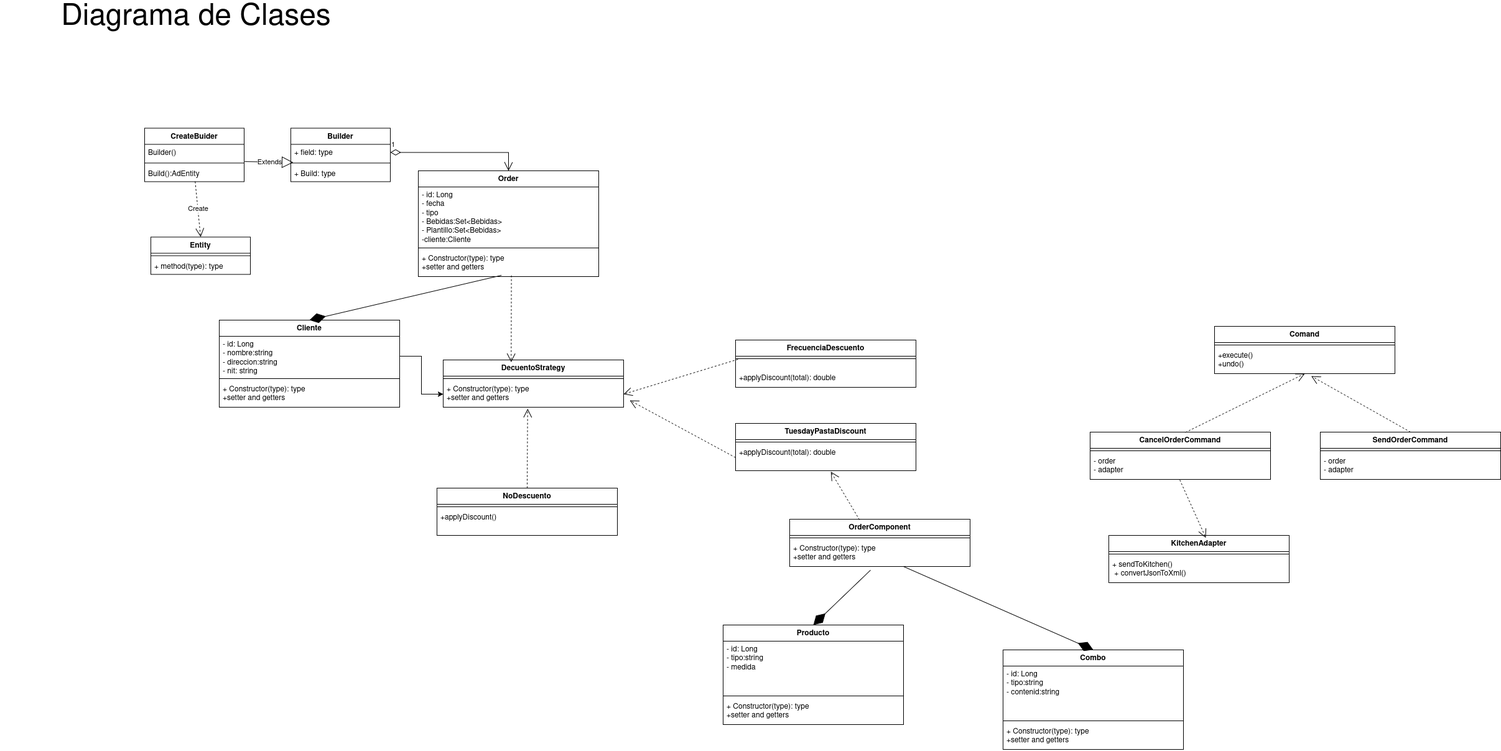
Earlier version of the draw.io export practica-solucion-24-04-2025.drawio.png (Elvis-Aguilar/practica-24-04-2025). Source tidied: cells renumbered, new cells last; positions are measured from the earlier drawing's top-left corner, leaving out a move shared by most shapes.
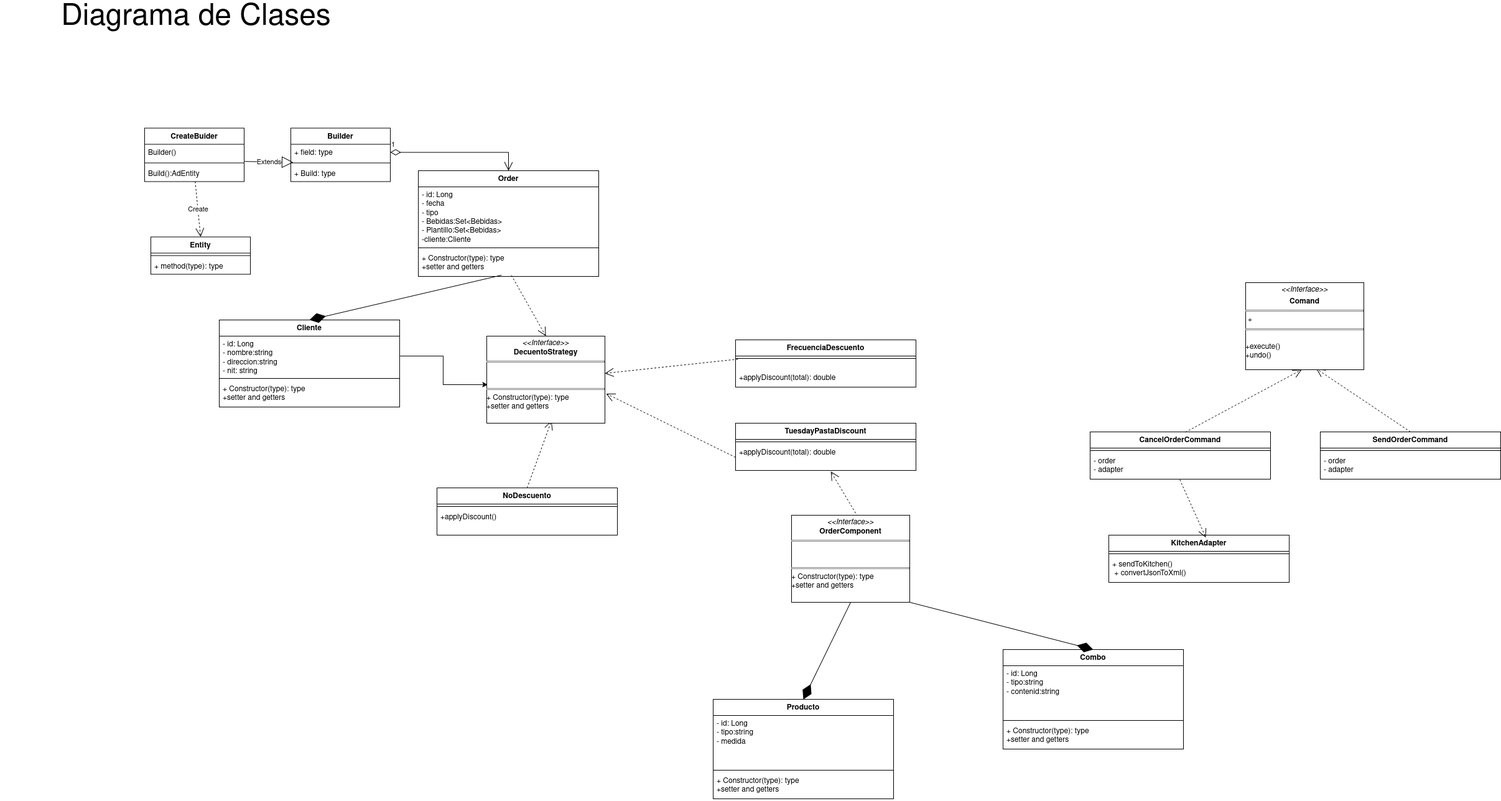
The same diagram one commit later.

Commit message:
add diagrama corregido

The edit, as a diff of the source:
```diff
@@ -72,7 +72,7 @@
       <mxGeometry y="118" width="290" height="42" as="geometry" />
     </mxCell>
     <mxCell id="25" value="Producto" style="swimlane;fontStyle=1;align=center;verticalAlign=top;horizontal=1;startSize=26;whiteSpace=wrap;html=1;" parent="1" vertex="1">
-      <mxGeometry x="1162" y="990" width="290" height="160" as="geometry" />
+      <mxGeometry x="1146" y="1110" width="290" height="160" as="geometry" />
     </mxCell>
     <mxCell id="26" value="&lt;div&gt;- id: Long&lt;/div&gt;&lt;div&gt;- tipo:string&lt;/div&gt;&lt;div&gt;- medida&lt;/div&gt;" style="text;strokeColor=none;fillColor=none;align=left;verticalAlign=top;spacingLeft=4;spacingRight=4;overflow=hidden;whiteSpace=wrap;html=1;" parent="25" vertex="1">
       <mxGeometry y="26" width="290" height="84" as="geometry" />
@@ -98,15 +98,6 @@
     <mxCell id="33" style="endArrow=diamondThin;endFill=1;endSize=24;html=1;rounded=0;exitX=0.461;exitY=0.952;exitDx=0;exitDy=0;entryX=0.5;entryY=0;entryDx=0;entryDy=0;exitPerimeter=0;" parent="1" edge="1" source="19" target="29">
       <mxGeometry relative="1" as="geometry" />
     </mxCell>
-    <mxCell id="34" value="DecuentoStrategy" style="swimlane;fontStyle=1;align=center;verticalAlign=top;horizontal=1;startSize=26;whiteSpace=wrap;html=1;" parent="1" vertex="1">
-      <mxGeometry x="712" y="564" width="290" height="76" as="geometry" />
-    </mxCell>
-    <mxCell id="35" style="line;strokeWidth=1;fillColor=none;align=left;verticalAlign=middle;spacingTop=-1;spacingLeft=3;spacingRight=3;labelPosition=right;strokeColor=inherit;" parent="34" vertex="1">
-      <mxGeometry y="26" width="290" height="8" as="geometry" />
-    </mxCell>
-    <mxCell id="36" value="&lt;div&gt;+ Constructor(type): type&lt;/div&gt;&lt;div&gt;+setter and getters&lt;/div&gt;" style="text;strokeColor=none;fillColor=none;align=left;verticalAlign=top;spacingLeft=4;spacingRight=4;overflow=hidden;points=[[0,0.5],[1,0.5]];portConstraint=eastwest;whiteSpace=wrap;html=1;" parent="34" vertex="1">
-      <mxGeometry y="34" width="290" height="42" as="geometry" />
-    </mxCell>
     <mxCell id="37" value="NoDescuento" style="swimlane;fontStyle=1;align=center;verticalAlign=top;horizontal=1;startSize=26;whiteSpace=wrap;html=1;" parent="1" vertex="1">
       <mxGeometry x="702" y="770" width="290" height="76" as="geometry" />
     </mxCell>
@@ -116,13 +107,13 @@
     <mxCell id="39" value="+applyDiscount()" style="text;strokeColor=none;fillColor=none;align=left;verticalAlign=top;spacingLeft=4;spacingRight=4;overflow=hidden;whiteSpace=wrap;html=1;" parent="37" vertex="1">
       <mxGeometry y="34" width="290" height="42" as="geometry" />
     </mxCell>
-    <mxCell id="40" style="endArrow=open;endSize=12;dashed=1;html=1;rounded=0;exitX=0.516;exitY=0.958;exitDx=0;exitDy=0;exitPerimeter=0;entryX=0.377;entryY=0.049;entryDx=0;entryDy=0;entryPerimeter=0;" parent="1" edge="1" source="19" target="34">
+    <mxCell id="40" style="endArrow=open;endSize=12;dashed=1;html=1;rounded=0;exitX=0.516;exitY=0.958;exitDx=0;exitDy=0;exitPerimeter=0;entryX=0.5;entryY=0;entryDx=0;entryDy=0;" parent="1" edge="1" source="19" target="75">
       <mxGeometry relative="1" as="geometry" />
     </mxCell>
-    <mxCell id="41" style="endArrow=open;endSize=12;dashed=1;html=1;rounded=0;exitX=0.5;exitY=0;exitDx=0;exitDy=0;entryX=0.468;entryY=1.057;entryDx=0;entryDy=0;entryPerimeter=0;" parent="1" edge="1" source="37" target="36">
+    <mxCell id="41" style="endArrow=open;endSize=12;dashed=1;html=1;rounded=0;exitX=0.5;exitY=0;exitDx=0;exitDy=0;entryX=0.548;entryY=0.971;entryDx=0;entryDy=0;entryPerimeter=0;" parent="1" edge="1" source="37" target="75">
       <mxGeometry relative="1" as="geometry" />
     </mxCell>
-    <mxCell id="42" style="edgeStyle=orthogonalEdgeStyle;rounded=0;jettySize=auto;html=1;" parent="1" edge="1" source="30" target="36">
+    <mxCell id="42" style="edgeStyle=orthogonalEdgeStyle;rounded=0;jettySize=auto;html=1;entryX=0.008;entryY=0.558;entryDx=0;entryDy=0;entryPerimeter=0;" parent="1" edge="1" source="30" target="75">
       <mxGeometry relative="1" as="geometry" />
     </mxCell>
     <mxCell id="43" value="FrecuenciaDescuento" style="swimlane;fontStyle=1;align=center;verticalAlign=top;horizontal=1;startSize=26;whiteSpace=wrap;html=1;" parent="1" vertex="1">
@@ -134,7 +125,7 @@
     <mxCell id="45" value="&lt;div&gt;&lt;br&gt;&lt;/div&gt;&lt;div&gt;+applyDiscount(total): double&lt;/div&gt;" style="text;strokeColor=none;fillColor=none;align=left;verticalAlign=top;spacingLeft=4;spacingRight=4;overflow=hidden;points=[[0,0.5],[1,0.5]];portConstraint=eastwest;whiteSpace=wrap;html=1;" parent="43" vertex="1">
       <mxGeometry y="34" width="290" height="42" as="geometry" />
     </mxCell>
-    <mxCell id="46" style="endArrow=open;endSize=12;dashed=1;html=1;rounded=0;exitX=0.013;exitY=-0.07;exitDx=0;exitDy=0;entryX=1;entryY=0.5;entryDx=0;entryDy=0;exitPerimeter=0;" parent="1" edge="1" source="45" target="36">
+    <mxCell id="46" style="endArrow=open;endSize=12;dashed=1;html=1;rounded=0;exitX=0.013;exitY=-0.07;exitDx=0;exitDy=0;exitPerimeter=0;" parent="1" edge="1" source="45" target="75">
       <mxGeometry relative="1" as="geometry" />
     </mxCell>
     <mxCell id="47" value="TuesdayPastaDiscount" style="swimlane;fontStyle=1;align=center;verticalAlign=top;horizontal=1;startSize=26;whiteSpace=wrap;html=1;" parent="1" vertex="1">
@@ -146,32 +137,14 @@
     <mxCell id="49" value="+applyDiscount(total): double" style="text;strokeColor=none;fillColor=none;align=left;verticalAlign=top;spacingLeft=4;spacingRight=4;overflow=hidden;points=[[0,0.5],[1,0.5]];portConstraint=eastwest;whiteSpace=wrap;html=1;" parent="47" vertex="1">
       <mxGeometry y="34" width="290" height="42" as="geometry" />
     </mxCell>
-    <mxCell id="50" style="endArrow=open;endSize=12;dashed=1;html=1;rounded=0;exitX=0;exitY=0.5;exitDx=0;exitDy=0;entryX=1;entryY=0.5;entryDx=0;entryDy=0;" parent="1" edge="1" source="49">
-      <mxGeometry relative="1" as="geometry">
-        <mxPoint x="1012" y="629" as="targetPoint" />
-      </mxGeometry>
+    <mxCell id="50" style="endArrow=open;endSize=12;dashed=1;html=1;rounded=0;exitX=0;exitY=0.5;exitDx=0;exitDy=0;entryX=1.011;entryY=0.661;entryDx=0;entryDy=0;entryPerimeter=0;" parent="1" edge="1" source="49" target="75">
+      <mxGeometry relative="1" as="geometry" />
     </mxCell>
-    <mxCell id="51" value="OrderComponent" style="swimlane;fontStyle=1;align=center;verticalAlign=top;horizontal=1;startSize=26;whiteSpace=wrap;html=1;" parent="1" vertex="1">
-      <mxGeometry x="1269" y="820" width="290" height="76" as="geometry" />
-    </mxCell>
-    <mxCell id="52" style="line;strokeWidth=1;fillColor=none;align=left;verticalAlign=middle;spacingTop=-1;spacingLeft=3;spacingRight=3;labelPosition=right;strokeColor=inherit;" parent="51" vertex="1">
-      <mxGeometry y="26" width="290" height="8" as="geometry" />
-    </mxCell>
-    <mxCell id="53" value="&lt;div&gt;+ Constructor(type): type&lt;/div&gt;&lt;div&gt;+setter and getters&lt;/div&gt;" style="text;strokeColor=none;fillColor=none;align=left;verticalAlign=top;spacingLeft=4;spacingRight=4;overflow=hidden;points=[[0,0.5],[1,0.5]];portConstraint=eastwest;whiteSpace=wrap;html=1;" parent="51" vertex="1">
-      <mxGeometry y="34" width="290" height="42" as="geometry" />
-    </mxCell>
-    <mxCell id="54" style="endArrow=open;endSize=12;dashed=1;html=1;rounded=0;exitX=0.387;exitY=0.014;exitDx=0;exitDy=0;entryX=0.528;entryY=1.039;entryDx=0;entryDy=0;exitPerimeter=0;entryPerimeter=0;" parent="1" edge="1" source="51" target="49">
-      <mxGeometry relative="1" as="geometry" />
+    <mxCell id="54" style="endArrow=open;endSize=12;dashed=1;html=1;rounded=0;exitX=0.387;exitY=0.014;exitDx=0;exitDy=0;entryX=0.528;entryY=1.039;entryDx=0;entryDy=0;exitPerimeter=0;entryPerimeter=0;" parent="1" edge="1" target="49">
+      <mxGeometry relative="1" as="geometry">
+        <mxPoint x="1381.2" y="821.1" as="sourcePoint" />
+      </mxGeometry>
     </mxCell>
-    <mxCell id="55" value="Comand" style="swimlane;fontStyle=1;align=center;verticalAlign=top;horizontal=1;startSize=26;whiteSpace=wrap;html=1;" parent="1" vertex="1">
-      <mxGeometry x="1952" y="510" width="290" height="76" as="geometry" />
-    </mxCell>
-    <mxCell id="56" style="line;strokeWidth=1;fillColor=none;align=left;verticalAlign=middle;spacingTop=-1;spacingLeft=3;spacingRight=3;labelPosition=right;strokeColor=inherit;" parent="55" vertex="1">
-      <mxGeometry y="26" width="290" height="8" as="geometry" />
-    </mxCell>
-    <mxCell id="57" value="&lt;div&gt;+execute() &lt;br&gt;&lt;/div&gt;&lt;div&gt;+undo() &lt;br&gt;&lt;/div&gt;" style="text;strokeColor=none;fillColor=none;align=left;verticalAlign=top;spacingLeft=4;spacingRight=4;overflow=hidden;points=[[0,0.5],[1,0.5]];portConstraint=eastwest;whiteSpace=wrap;html=1;" parent="55" vertex="1">
-      <mxGeometry y="34" width="290" height="42" as="geometry" />
-    </mxCell>
     <mxCell id="58" value="SendOrderCommand" style="swimlane;fontStyle=1;align=center;verticalAlign=top;horizontal=1;startSize=26;whiteSpace=wrap;html=1;" parent="1" vertex="1">
       <mxGeometry x="2122" y="680" width="290" height="76" as="geometry" />
     </mxCell>
@@ -181,7 +154,7 @@
     <mxCell id="60" value="&lt;div&gt;- order&lt;/div&gt;&lt;div&gt;- adapter&lt;/div&gt;" style="text;strokeColor=none;fillColor=none;align=left;verticalAlign=top;spacingLeft=4;spacingRight=4;overflow=hidden;whiteSpace=wrap;html=1;" parent="58" vertex="1">
       <mxGeometry y="34" width="290" height="42" as="geometry" />
     </mxCell>
-    <mxCell id="61" style="endArrow=open;endSize=12;dashed=1;html=1;rounded=0;exitX=0.5;exitY=0;exitDx=0;exitDy=0;entryX=0.536;entryY=1.093;entryDx=0;entryDy=0;entryPerimeter=0;" parent="1" edge="1" source="58" target="57">
+    <mxCell id="61" style="endArrow=open;endSize=12;dashed=1;html=1;rounded=0;exitX=0.5;exitY=0;exitDx=0;exitDy=0;entryX=0.598;entryY=0.989;entryDx=0;entryDy=0;entryPerimeter=0;" parent="1" edge="1" source="58" target="73">
       <mxGeometry relative="1" as="geometry" />
     </mxCell>
     <mxCell id="62" value="CancelOrderCommand" style="swimlane;fontStyle=1;align=center;verticalAlign=top;horizontal=1;startSize=26;whiteSpace=wrap;html=1;" parent="1" vertex="1">
@@ -193,7 +166,7 @@
     <mxCell id="64" value="&lt;div&gt;- order&lt;/div&gt;&lt;div&gt;- adapter&lt;/div&gt;" style="text;strokeColor=none;fillColor=none;align=left;verticalAlign=top;spacingLeft=4;spacingRight=4;overflow=hidden;points=[[0,0.5],[1,0.5]];portConstraint=eastwest;whiteSpace=wrap;html=1;" parent="62" vertex="1">
       <mxGeometry y="34" width="290" height="42" as="geometry" />
     </mxCell>
-    <mxCell id="65" style="endArrow=open;endSize=12;dashed=1;html=1;rounded=0;exitX=0.528;exitY=0.007;exitDx=0;exitDy=0;entryX=0.5;entryY=1;entryDx=0;entryDy=0;exitPerimeter=0;" parent="1" edge="1" source="62" target="55">
+    <mxCell id="65" style="endArrow=open;endSize=12;dashed=1;html=1;rounded=0;exitX=0.528;exitY=0.007;exitDx=0;exitDy=0;entryX=0.474;entryY=1;entryDx=0;entryDy=0;exitPerimeter=0;entryPerimeter=0;" parent="1" edge="1" source="62" target="73">
       <mxGeometry relative="1" as="geometry" />
     </mxCell>
     <mxCell id="66" value="KitchenAdapter" style="swimlane;fontStyle=1;align=center;verticalAlign=top;horizontal=1;startSize=26;whiteSpace=wrap;html=1;" parent="1" vertex="1">
@@ -211,13 +184,20 @@
     <mxCell id="70" value="&amp;nbsp;" style="text;whiteSpace=wrap;html=1;" parent="1" vertex="1">
       <mxGeometry x="232" y="270" width="40" height="40" as="geometry" />
     </mxCell>
-    <mxCell id="71" style="endArrow=diamondThin;endFill=1;endSize=24;html=1;rounded=0;exitX=0.461;exitY=0.952;exitDx=0;exitDy=0;exitPerimeter=0;entryX=0.5;entryY=0;entryDx=0;entryDy=0;" parent="1" edge="1" target="21">
-      <mxGeometry relative="1" as="geometry">
-        <mxPoint x="1452" y="896" as="sourcePoint" />
-      </mxGeometry>
+    <mxCell id="71" style="endArrow=diamondThin;endFill=1;endSize=24;html=1;rounded=0;exitX=1;exitY=1;exitDx=0;exitDy=0;entryX=0.5;entryY=0;entryDx=0;entryDy=0;" parent="1" edge="1" source="74" target="21">
+      <mxGeometry relative="1" as="geometry" />
     </mxCell>
-    <mxCell id="72" style="endArrow=diamondThin;endFill=1;endSize=24;html=1;rounded=0;exitX=0.448;exitY=1.14;exitDx=0;exitDy=0;exitPerimeter=0;entryX=0.5;entryY=0;entryDx=0;entryDy=0;" parent="1" edge="1" source="53" target="25">
+    <mxCell id="72" style="endArrow=diamondThin;endFill=1;endSize=24;html=1;rounded=0;exitX=0.5;exitY=1;exitDx=0;exitDy=0;entryX=0.5;entryY=0;entryDx=0;entryDy=0;" parent="1" edge="1" source="74" target="25">
       <mxGeometry relative="1" as="geometry" />
     </mxCell>
+    <mxCell id="73" value="&lt;p style=&quot;margin:0px;margin-top:4px;text-align:center;&quot;&gt;&lt;i&gt;&amp;lt;&amp;lt;Interface&amp;gt;&amp;gt;&lt;/i&gt;&lt;/p&gt;&lt;p style=&quot;margin:0px;margin-top:4px;text-align:center;&quot;&gt;&lt;b&gt;Comand&lt;/b&gt;&lt;/p&gt;&lt;hr size=&quot;1&quot; style=&quot;border-style:solid;&quot;&gt;&lt;p style=&quot;margin:0px;margin-left:4px;&quot;&gt;+ &lt;br&gt;&lt;/p&gt;&lt;hr size=&quot;1&quot; style=&quot;border-style:solid;&quot;&gt;&lt;br&gt;&lt;div&gt;+execute() &lt;br&gt;&lt;/div&gt;&lt;div&gt;+undo() &lt;br&gt;&lt;/div&gt;" style="verticalAlign=top;align=left;overflow=fill;html=1;whiteSpace=wrap;" parent="1" vertex="1">
+      <mxGeometry x="2002" y="440" width="190" height="140" as="geometry" />
+    </mxCell>
+    <mxCell id="74" value="&lt;p style=&quot;margin:0px;margin-top:4px;text-align:center;&quot;&gt;&lt;i&gt;&amp;lt;&amp;lt;Interface&amp;gt;&amp;gt;&lt;/i&gt;&lt;br&gt;&lt;b&gt;OrderComponent&lt;/b&gt;&lt;/p&gt;&lt;hr size=&quot;1&quot; style=&quot;border-style:solid;&quot;&gt;&lt;p style=&quot;margin:0px;margin-left:4px;&quot;&gt;&lt;br&gt;&lt;br&gt;&lt;/p&gt;&lt;hr size=&quot;1&quot; style=&quot;border-style:solid;&quot;&gt;&lt;div&gt;+ Constructor(type): type&lt;/div&gt;&lt;div&gt;+setter and getters&lt;/div&gt;&lt;p style=&quot;margin:0px;margin-left:4px;&quot;&gt;&lt;br&gt;&lt;/p&gt;" style="verticalAlign=top;align=left;overflow=fill;html=1;whiteSpace=wrap;" parent="1" vertex="1">
+      <mxGeometry x="1272" y="814" width="190" height="140" as="geometry" />
+    </mxCell>
+    <mxCell id="75" value="&lt;p style=&quot;margin:0px;margin-top:4px;text-align:center;&quot;&gt;&lt;i&gt;&amp;lt;&amp;lt;Interface&amp;gt;&amp;gt;&lt;/i&gt;&lt;br&gt;&lt;b&gt;DecuentoStrategy&lt;/b&gt;&lt;/p&gt;&lt;hr size=&quot;1&quot; style=&quot;border-style:solid;&quot;&gt;&lt;p style=&quot;margin:0px;margin-left:4px;&quot;&gt;&lt;br&gt;&lt;br&gt;&lt;/p&gt;&lt;hr size=&quot;1&quot; style=&quot;border-style:solid;&quot;&gt;&lt;div&gt;+ Constructor(type): type&lt;/div&gt;&lt;div&gt;+setter and getters&lt;/div&gt;&lt;p style=&quot;margin:0px;margin-left:4px;&quot;&gt;&lt;br&gt;&lt;/p&gt;" style="verticalAlign=top;align=left;overflow=fill;html=1;whiteSpace=wrap;" parent="1" vertex="1">
+      <mxGeometry x="782" y="526" width="190" height="140" as="geometry" />
+    </mxCell>
   </root>
 </mxGraphModel>
```
